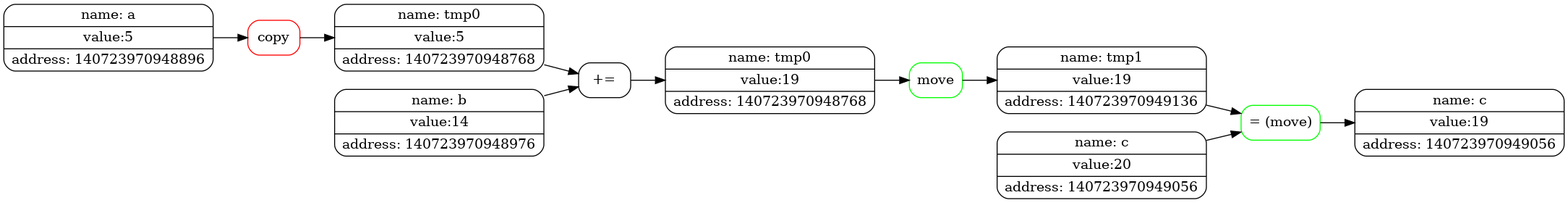
levasemin/Move_Semantic keeps this Graphviz diagram as graph.png. Above is the earlier version. Its source is kept beside it as graph.dot.
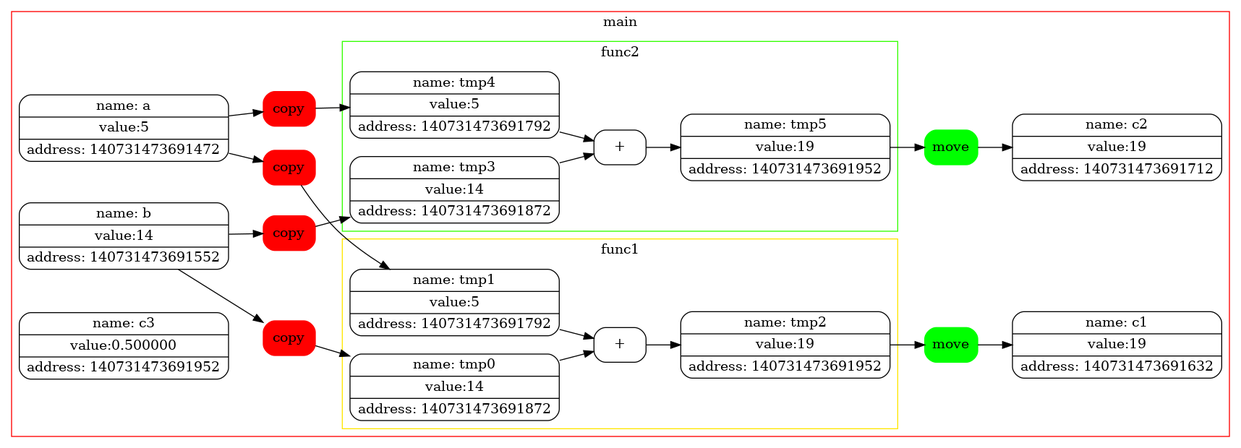
The same diagram one commit later.

Diff of the diagram source:
```diff
@@ -2,25 +2,53 @@
 rankdir=LR;
 node[shape=Mrecord];
 
-1[label=" name: a | value:5 | address: 140723970948896 " ];
-2[label=" name: b | value:14 | address: 140723970948976 " ];
-3[label=" name: c | value:20 | address: 140723970949056 " ];
-4[label="copy" color = "red"];
-1->4;
-6[label=" name: tmp0 | value:5 | address: 140723970948768 " ];
-4->6;
-7[label="+=" color = "black"];
+subgraph "cluster_0" {
+label = main;
+color = "0.0,1,1";
+1[label=" name: a | value:5 | address: 140731473691472 " ];
+2[label=" name: b | value:14 | address: 140731473691552 " ];
+3[label="copy" color = "red" style = "filled"];
+2->3;
+4[label=" name: tmp0 | value:14 | address: 140731473691872 " ];
+3->4;
+5[label="copy" color = "red" style = "filled"];
+1->5;
+6[label=" name: tmp1 | value:5 | address: 140731473691792 " ];
+5->6;
+subgraph "cluster_1" {
+label = func1;
+color = "0.15,1,1";
+7[label="+" color = "black" style = ""];
 6->7;
-2->7;
-8[label=" name: tmp0 | value:19 | address: 140723970948768 " ];
+4->7;
+8[label=" name: tmp2 | value:19 | address: 140731473691952 " ];
 7->8;
-9[label="move" color = "green"];
+}
+9[label="move" color = "green" style = "filled"];
 8->9;
-11[label=" name: tmp1 | value:19 | address: 140723970949136 " ];
-9->11;
-12[label="= (move)" color = "green"];
-3->12;
+10[label=" name: c1 | value:19 | address: 140731473691632 " ];
+9->10;
+11[label="copy" color = "red" style = "filled"];
+2->11;
+12[label=" name: tmp3 | value:14 | address: 140731473691872 " ];
 11->12;
-13[label=" name: c | value:19 | address: 140723970949056 " ];
-12->13;
+13[label="copy" color = "red" style = "filled"];
+1->13;
+14[label=" name: tmp4 | value:5 | address: 140731473691792 " ];
+13->14;
+subgraph "cluster_2" {
+label = func2;
+color = "0.30,1,1";
+15[label="+" color = "black" style = ""];
+14->15;
+12->15;
+16[label=" name: tmp5 | value:19 | address: 140731473691952 " ];
+15->16;
 }
+17[label="move" color = "green" style = "filled"];
+16->17;
+18[label=" name: c2 | value:19 | address: 140731473691712 " ];
+17->18;
+19[label=" name: c3 | value:0.500000 | address: 140731473691952 " ];
+}
+}
```
